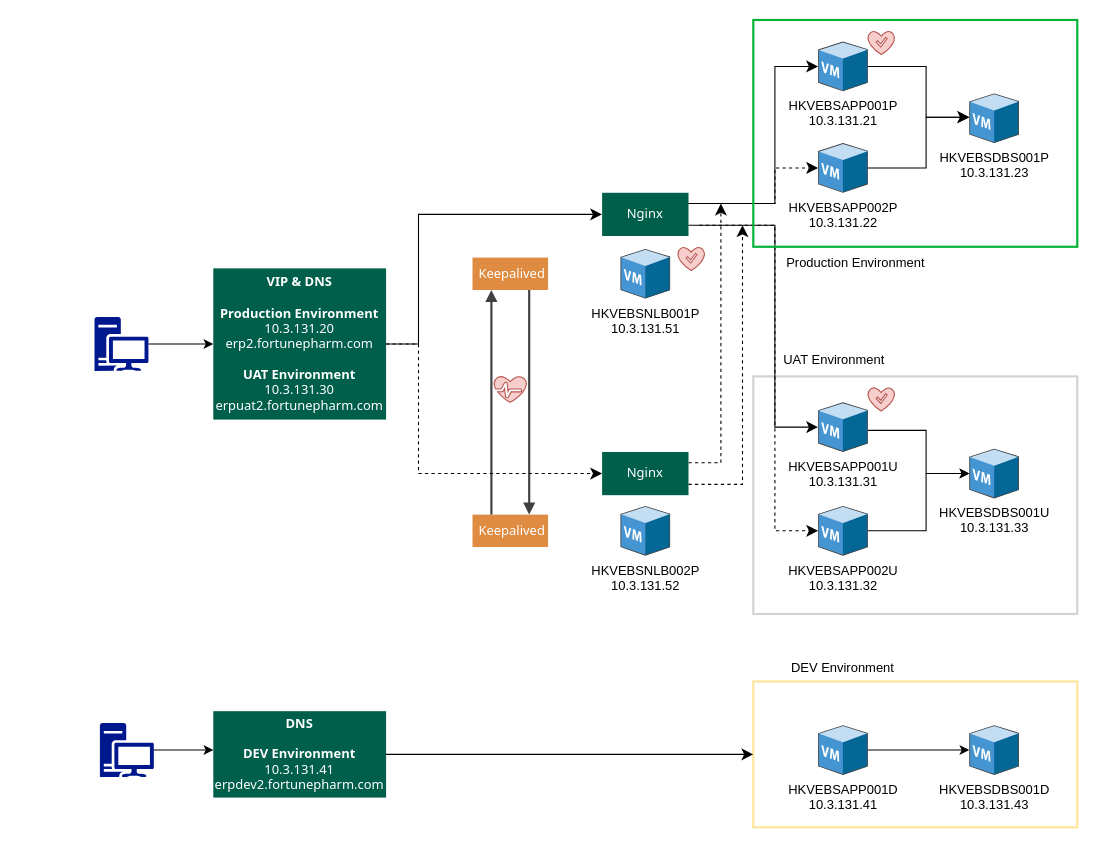
Earlier version of the draw.io diagram EBS.drawio (rwo001/FP). Source tidied: cells renumbered, new cells numbered last; positions are measured from the earlier drawing's top-left corner, leaving out a move shared by most shapes. Both pictures are drawn from the tidied source at 108%, with x=0, y=0 at pixel (94, 19).
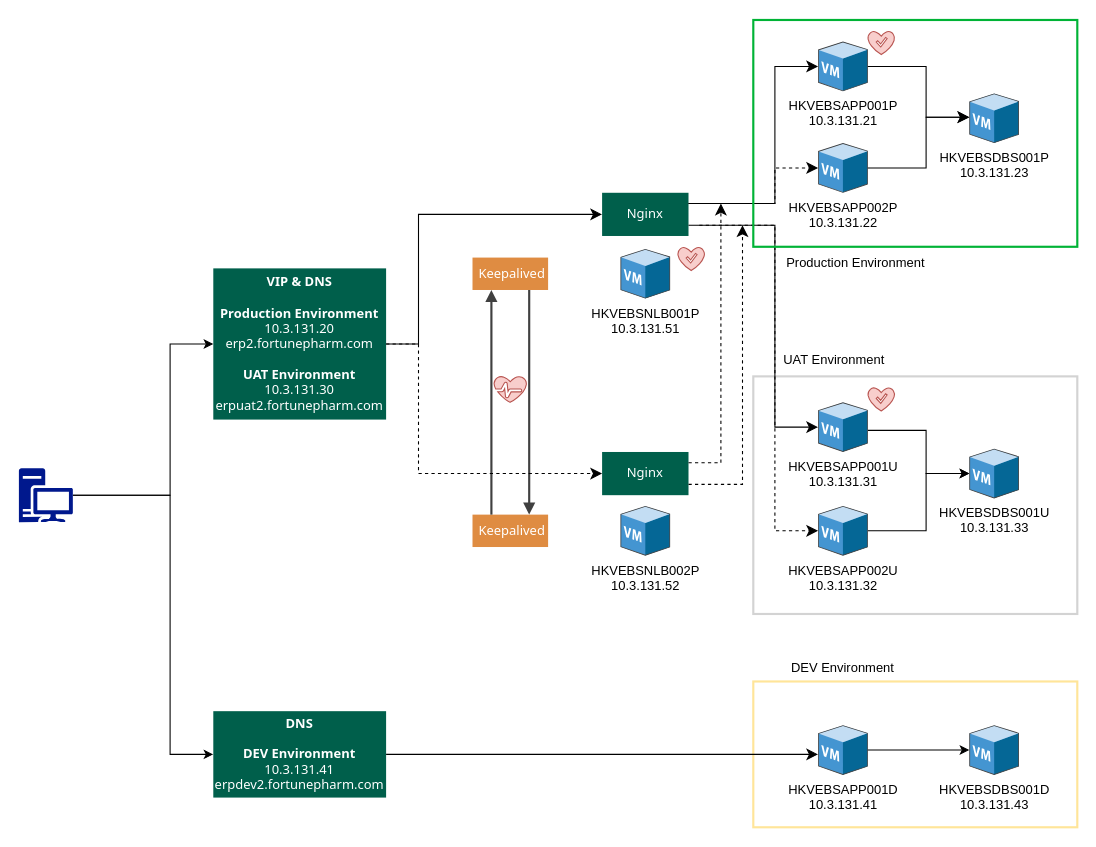
The same page after the edit.

The change refers to these unchanged cells:
```xml
<mxCell id="2" style="rounded=0;whiteSpace=wrap;html=1;strokeWidth=2;strokeColor=#FFE599;fillColor=none;" parent="1" vertex="1">
  <mxGeometry x="610" y="612.5" width="300" height="135" as="geometry" />
</mxCell>
<mxCell id="4" value="&lt;div style=&quot;&quot;&gt;&lt;span style=&quot;background-color: transparent; color: light-dark(rgb(255, 255, 255), rgb(18, 18, 18));&quot;&gt;&lt;b&gt;VIP &amp;amp; DNS&lt;br&gt;&lt;br&gt;Production Environment&lt;/b&gt;&lt;/span&gt;&lt;/div&gt;&lt;div style=&quot;&quot;&gt;&lt;span style=&quot;background-color: transparent; color: light-dark(rgb(255, 255, 255), rgb(18, 18, 18));&quot;&gt;10.3.131.20&lt;/span&gt;&lt;/div&gt;&lt;div&gt;erp2.fortunepharm.com&lt;br&gt;&lt;br&gt;&lt;/div&gt;&lt;div&gt;&lt;div&gt;&lt;span style=&quot;background-color: transparent; color: light-dark(rgb(255, 255, 255), rgb(18, 18, 18));&quot;&gt;&lt;b&gt;UAT Environment&lt;/b&gt;&lt;/span&gt;&lt;/div&gt;&lt;div&gt;10.3.131.30&lt;br&gt;erpuat2.fortunepharm.com&lt;/div&gt;&lt;/div&gt;" style="align=center;verticalAlign=middle;fontFamily=Tahoma;fillColor=#005f4b;strokeColor=none;fontColor=#ffffff;strokeWidth=2;html=1;whiteSpace=wrap;spacing=6;fontStyle=0;" parent="1" vertex="1">
  <mxGeometry x="110" y="230" width="160" height="140" as="geometry" />
</mxCell>
<mxCell id="41" value="&lt;div&gt;HKVEBSAPP001D&lt;/div&gt;&lt;div&gt;10.3.131.41&lt;/div&gt;" style="sketch=0;shadow=0;dashed=0;html=1;labelPosition=center;verticalLabelPosition=bottom;verticalAlign=top;align=center;outlineConnect=0;shape=mxgraph.veeam.3d.virtual_machine;" parent="1" vertex="1">
  <mxGeometry x="670" y="653" width="46" height="46" as="geometry" />
</mxCell>
<mxCell id="44" value="&lt;div style=&quot;&quot;&gt;&lt;span style=&quot;background-color: transparent; color: light-dark(rgb(255, 255, 255), rgb(18, 18, 18));&quot;&gt;&lt;b&gt;DNS&lt;br&gt;&lt;br&gt;DEV Environment&lt;/b&gt;&lt;/span&gt;&lt;/div&gt;&lt;div style=&quot;&quot;&gt;&lt;span style=&quot;background-color: transparent; color: light-dark(rgb(255, 255, 255), rgb(18, 18, 18));&quot;&gt;10.3.131.41&lt;/span&gt;&lt;/div&gt;&lt;div style=&quot;&quot;&gt;&lt;span style=&quot;background-color: transparent; color: light-dark(rgb(255, 255, 255), rgb(18, 18, 18));&quot;&gt;erpdev2.fortunepharm.com&lt;/span&gt;&lt;/div&gt;" style="align=center;verticalAlign=middle;fontFamily=Tahoma;fillColor=#005f4b;strokeColor=none;fontColor=#ffffff;strokeWidth=2;html=1;whiteSpace=wrap;spacing=6;fontStyle=0;" parent="1" vertex="1">
  <mxGeometry x="110" y="640" width="160" height="80" as="geometry" />
</mxCell>
```

What changed in the source:
```diff
@@
-    <mxCell id="12" style="sketch=0;shadow=0;dashed=0;html=1;strokeColor=none;labelPosition=center;verticalLabelPosition=bottom;verticalAlign=top;align=center;fillColor=#00188D;shape=mxgraph.mscae.enterprise.workstation_client;" parent="1" vertex="1">
-      <mxGeometry y="275" width="50" height="50" as="geometry" />
-    </mxCell>
-    <mxCell id="13" style="endArrow=classic;html=1;rounded=0;exitX=1;exitY=0.5;exitDx=0;exitDy=0;exitPerimeter=0;entryX=0;entryY=0.5;entryDx=0;entryDy=0;" parent="1" edge="1" source="12" target="4">
-      <mxGeometry relative="1" as="geometry" />
+    <mxCell id="13" style="endArrow=classic;html=1;rounded=0;exitX=1;exitY=0.5;exitDx=0;exitDy=0;exitPerimeter=0;entryX=0;entryY=0.5;entryDx=0;entryDy=0;" parent="1" edge="1" source="46" target="4">
+      <mxGeometry relative="1" as="geometry">
+        <Array as="points">
+          <mxPoint x="70" y="440" />
+          <mxPoint x="70" y="300" />
+        </Array>
+      </mxGeometry>
     </mxCell>
@@
-    <mxCell id="45" style="edgeStyle=elbowEdgeStyle;elbow=horizontal;endArrow=classic;html=1;curved=0;rounded=0;endSize=8;startSize=8;exitX=1;exitY=0.5;exitDx=0;exitDy=0;entryX=0;entryY=0.5;entryDx=0;entryDy=0;" parent="1" edge="1" source="44" target="2">
+    <mxCell id="45" style="edgeStyle=elbowEdgeStyle;elbow=horizontal;endArrow=classic;html=1;curved=0;rounded=0;endSize=8;startSize=8;exitX=1;exitY=0.5;exitDx=0;exitDy=0;entryX=0;entryY=0.587;entryDx=0;entryDy=0;entryPerimeter=0;" parent="1" edge="1" source="44" target="41">
       <mxGeometry relative="1" as="geometry">
         <Array as="points">
           <mxPoint x="430" y="660" />
         </Array>
       </mxGeometry>
     </mxCell>
     <mxCell id="46" style="sketch=0;shadow=0;dashed=0;html=1;strokeColor=none;labelPosition=center;verticalLabelPosition=bottom;verticalAlign=top;align=center;fillColor=#00188D;shape=mxgraph.mscae.enterprise.workstation_client;" parent="1" vertex="1">
-      <mxGeometry x="5" y="651" width="50" height="50" as="geometry" />
+      <mxGeometry x="-70" y="415" width="50" height="50" as="geometry" />
     </mxCell>
     <mxCell id="47" style="endArrow=classic;html=1;rounded=0;exitX=1;exitY=0.5;exitDx=0;exitDy=0;exitPerimeter=0;" parent="1" edge="1" source="46">
       <mxGeometry relative="1" as="geometry">
-        <mxPoint x="110" y="676" as="targetPoint" />
+        <mxPoint x="110" y="680" as="targetPoint" />
+        <Array as="points">
+          <mxPoint x="70" y="440" />
+          <mxPoint x="70" y="680" />
+        </Array>
       </mxGeometry>
     </mxCell>
```
